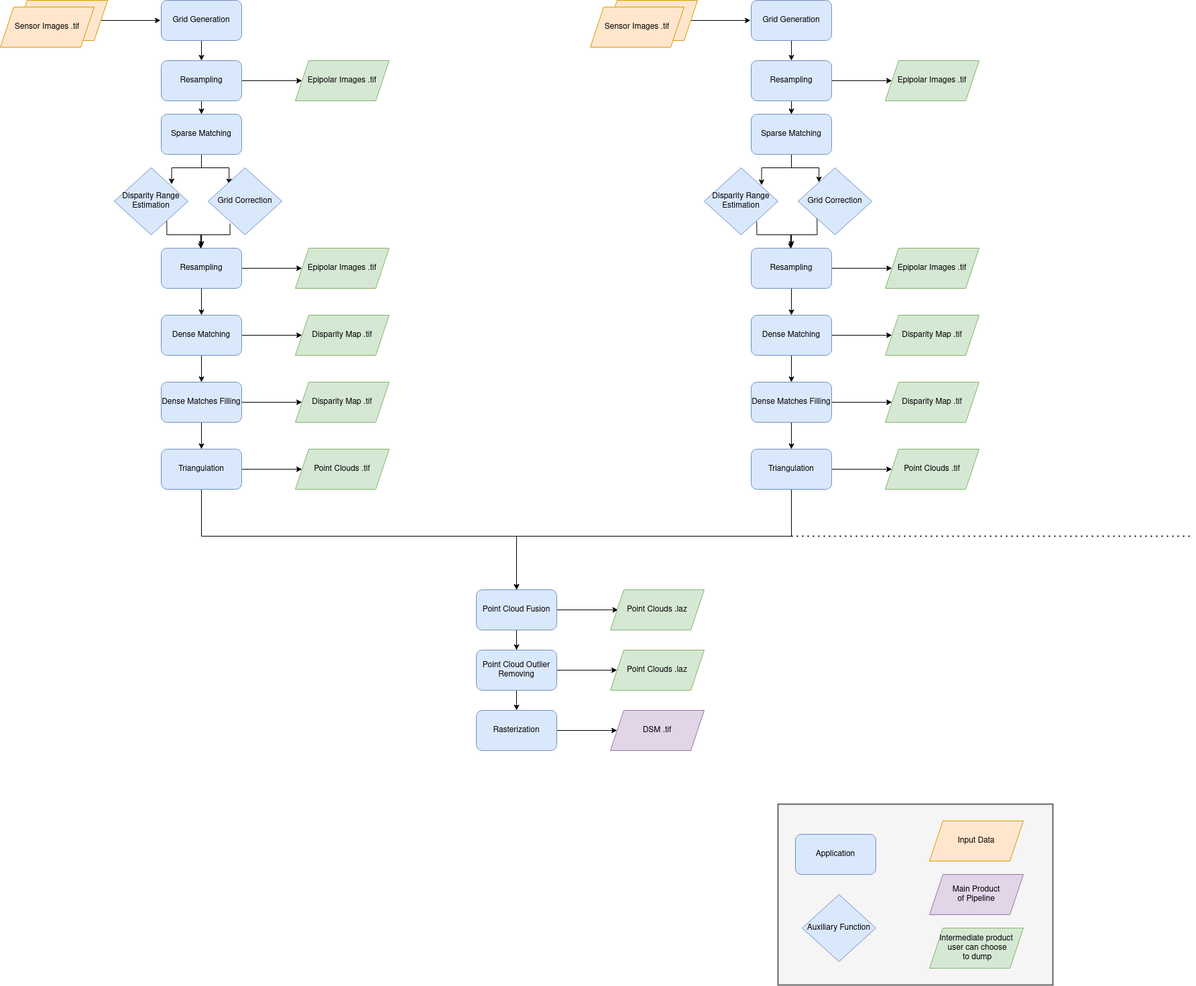
CNES/cars keeps this draw.io diagram as docs/source/images/cars_pipeline_multi_pair.png. Above is the earlier version. Source tidied: cells renumbered, new cells last; positions are measured from the earlier drawing's top-left corner, leaving out a move shared by most shapes.
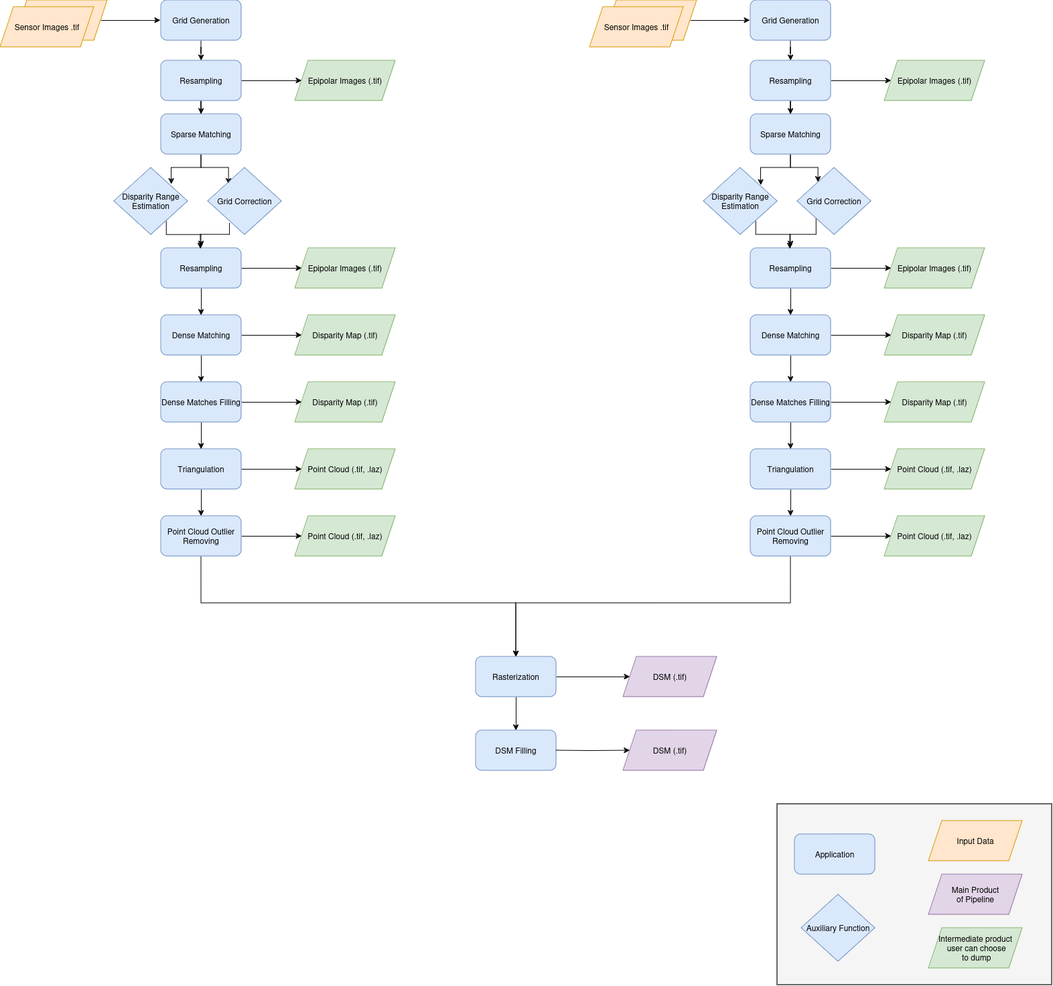
Above is the later version.

Change to the diagram source:
```diff
@@ -32,29 +32,25 @@
     <mxCell id="11" value="Sparse Matching" style="rounded=1;whiteSpace=wrap;html=1;fillColor=#dae8fc;strokeColor=#6c8ebf;" parent="1" vertex="1">
       <mxGeometry x="240" y="170" width="120" height="60" as="geometry" />
     </mxCell>
-    <mxCell id="12" style="edgeStyle=orthogonalEdgeStyle;rounded=0;jettySize=auto;html=1;strokeWidth=1;" parent="1" edge="1" source="14" target="17">
+    <mxCell id="12" style="edgeStyle=orthogonalEdgeStyle;rounded=0;orthogonalLoop=1;jettySize=auto;html=1;strokeWidth=1;" parent="1" edge="1">
       <mxGeometry relative="1" as="geometry">
+        <mxPoint x="300" y="830" as="sourcePoint" />
+        <mxPoint x="770" y="980" as="targetPoint" />
         <Array as="points">
-          <mxPoint x="300" y="800" />
-          <mxPoint x="770" y="800" />
+          <mxPoint x="300" y="900" />
+          <mxPoint x="770" y="900" />
         </Array>
       </mxGeometry>
     </mxCell>
     <mxCell id="13" style="edgeStyle=orthogonalEdgeStyle;rounded=0;jettySize=auto;html=1;strokeWidth=1;" parent="1" edge="1" source="14" target="39">
       <mxGeometry relative="1" as="geometry" />
     </mxCell>
+    <mxCell id="85" style="edgeStyle=orthogonalEdgeStyle;rounded=0;jettySize=auto;html=1;" parent="1" edge="1" source="14" target="89">
+      <mxGeometry relative="1" as="geometry" />
+    </mxCell>
     <mxCell id="14" value="Triangulation" style="rounded=1;whiteSpace=wrap;html=1;fillColor=#dae8fc;strokeColor=#6c8ebf;" parent="1" vertex="1">
       <mxGeometry x="240" y="670" width="120" height="60" as="geometry" />
     </mxCell>
-    <mxCell id="15" style="edgeStyle=orthogonalEdgeStyle;rounded=0;jettySize=auto;html=1;strokeWidth=1;" parent="1" edge="1" source="17" target="28">
-      <mxGeometry relative="1" as="geometry" />
-    </mxCell>
-    <mxCell id="16" style="edgeStyle=orthogonalEdgeStyle;rounded=0;jettySize=auto;html=1;entryX=0.083;entryY=0.5;entryDx=0;entryDy=0;entryPerimeter=0;strokeWidth=1;" parent="1" edge="1" source="17" target="32">
-      <mxGeometry relative="1" as="geometry" />
-    </mxCell>
-    <mxCell id="17" value="Point Cloud Fusion" style="rounded=1;whiteSpace=wrap;html=1;fillColor=#dae8fc;strokeColor=#6c8ebf;" parent="1" vertex="1">
-      <mxGeometry x="710" y="880" width="120" height="60" as="geometry" />
-    </mxCell>
     <mxCell id="18" style="edgeStyle=orthogonalEdgeStyle;rounded=0;jettySize=auto;html=1;strokeWidth=1;" parent="1" edge="1" source="20" target="36">
       <mxGeometry relative="1" as="geometry" />
     </mxCell>
@@ -84,38 +80,26 @@
     <mxCell id="25" value="Disparity Range Estimation" style="rhombus;whiteSpace=wrap;html=1;fillColor=#dae8fc;strokeColor=#6c8ebf;" parent="1" vertex="1">
       <mxGeometry x="170" y="250" width="110" height="100" as="geometry" />
     </mxCell>
-    <mxCell id="26" style="edgeStyle=orthogonalEdgeStyle;rounded=0;jettySize=auto;html=1;strokeWidth=1;" parent="1" edge="1" source="28" target="30">
-      <mxGeometry relative="1" as="geometry" />
-    </mxCell>
-    <mxCell id="27" style="edgeStyle=orthogonalEdgeStyle;rounded=0;jettySize=auto;html=1;strokeWidth=1;" parent="1" edge="1" source="28" target="33">
-      <mxGeometry relative="1" as="geometry" />
-    </mxCell>
-    <mxCell id="28" value="Point Cloud Outlier Removing" style="rounded=1;whiteSpace=wrap;html=1;fillColor=#dae8fc;strokeColor=#6c8ebf;" parent="1" vertex="1">
-      <mxGeometry x="710" y="970" width="120" height="60" as="geometry" />
-    </mxCell>
     <mxCell id="29" style="edgeStyle=orthogonalEdgeStyle;rounded=0;jettySize=auto;html=1;strokeWidth=1;" parent="1" edge="1" source="30" target="31">
       <mxGeometry relative="1" as="geometry" />
     </mxCell>
+    <mxCell id="86" style="edgeStyle=orthogonalEdgeStyle;rounded=0;jettySize=auto;html=1;" parent="1" edge="1" source="30" target="94">
+      <mxGeometry relative="1" as="geometry" />
+    </mxCell>
     <mxCell id="30" value="Rasterization" style="rounded=1;whiteSpace=wrap;html=1;fillColor=#dae8fc;strokeColor=#6c8ebf;" parent="1" vertex="1">
-      <mxGeometry x="710" y="1060" width="120" height="60" as="geometry" />
+      <mxGeometry x="710" y="980" width="120" height="60" as="geometry" />
     </mxCell>
-    <mxCell id="31" value="DSM .tif" style="shape=parallelogram;perimeter=parallelogramPerimeter;whiteSpace=wrap;html=1;fixedSize=1;fillColor=#e1d5e7;strokeColor=#9673a6;" parent="1" vertex="1">
-      <mxGeometry x="910" y="1060" width="140" height="60" as="geometry" />
+    <mxCell id="31" value="DSM (.tif)" style="shape=parallelogram;perimeter=parallelogramPerimeter;whiteSpace=wrap;html=1;fixedSize=1;fillColor=#e1d5e7;strokeColor=#9673a6;" parent="1" vertex="1">
+      <mxGeometry x="930" y="980" width="140" height="60" as="geometry" />
     </mxCell>
-    <mxCell id="32" value="Point Clouds .laz" style="shape=parallelogram;perimeter=parallelogramPerimeter;whiteSpace=wrap;html=1;fixedSize=1;fillColor=#d5e8d4;strokeColor=#82b366;" parent="1" vertex="1">
-      <mxGeometry x="910" y="880" width="140" height="60" as="geometry" />
-    </mxCell>
-    <mxCell id="33" value="Point Clouds .laz" style="shape=parallelogram;perimeter=parallelogramPerimeter;whiteSpace=wrap;html=1;fixedSize=1;fillColor=#d5e8d4;strokeColor=#82b366;" parent="1" vertex="1">
-      <mxGeometry x="910" y="970" width="140" height="60" as="geometry" />
-    </mxCell>
-    <mxCell id="34" value="Epipolar Images .tif" style="shape=parallelogram;perimeter=parallelogramPerimeter;whiteSpace=wrap;html=1;fixedSize=1;fillColor=#d5e8d4;strokeColor=#82b366;" parent="1" vertex="1">
-      <mxGeometry x="440" y="90" width="140" height="60" as="geometry" />
+    <mxCell id="34" value="Epipolar Images (.tif)" style="shape=parallelogram;perimeter=parallelogramPerimeter;whiteSpace=wrap;html=1;fixedSize=1;fillColor=#d5e8d4;strokeColor=#82b366;" parent="1" vertex="1">
+      <mxGeometry x="440" y="90" width="150" height="60" as="geometry" />
     </mxCell>
-    <mxCell id="35" value="Epipolar Images .tif" style="shape=parallelogram;perimeter=parallelogramPerimeter;whiteSpace=wrap;html=1;fixedSize=1;fillColor=#d5e8d4;strokeColor=#82b366;" parent="1" vertex="1">
-      <mxGeometry x="440" y="370" width="140" height="60" as="geometry" />
+    <mxCell id="35" value="Epipolar Images (.tif)" style="shape=parallelogram;perimeter=parallelogramPerimeter;whiteSpace=wrap;html=1;fixedSize=1;fillColor=#d5e8d4;strokeColor=#82b366;" parent="1" vertex="1">
+      <mxGeometry x="440" y="370" width="150" height="60" as="geometry" />
     </mxCell>
-    <mxCell id="36" value="Disparity Map .tif" style="shape=parallelogram;perimeter=parallelogramPerimeter;whiteSpace=wrap;html=1;fixedSize=1;fillColor=#d5e8d4;strokeColor=#82b366;" parent="1" vertex="1">
-      <mxGeometry x="440" y="470" width="140" height="60" as="geometry" />
+    <mxCell id="36" value="Disparity Map (.tif)" style="shape=parallelogram;perimeter=parallelogramPerimeter;whiteSpace=wrap;html=1;fixedSize=1;fillColor=#d5e8d4;strokeColor=#82b366;" parent="1" vertex="1">
+      <mxGeometry x="440" y="470" width="150" height="60" as="geometry" />
     </mxCell>
     <mxCell id="37" style="edgeStyle=orthogonalEdgeStyle;rounded=0;jettySize=auto;html=1;entryX=0.492;entryY=0.017;entryDx=0;entryDy=0;entryPerimeter=0;strokeWidth=1;exitX=0.296;exitY=0.831;exitDx=0;exitDy=0;exitPerimeter=0;" parent="1" edge="1" source="38" target="23">
       <mxGeometry relative="1" as="geometry">
@@ -128,8 +112,8 @@
     <mxCell id="38" value="Grid Correction" style="rhombus;whiteSpace=wrap;html=1;fillColor=#dae8fc;strokeColor=#6c8ebf;" parent="1" vertex="1">
       <mxGeometry x="310" y="250" width="110" height="100" as="geometry" />
     </mxCell>
-    <mxCell id="39" value="Point Clouds .tif" style="shape=parallelogram;perimeter=parallelogramPerimeter;whiteSpace=wrap;html=1;fixedSize=1;fillColor=#d5e8d4;strokeColor=#82b366;" parent="1" vertex="1">
-      <mxGeometry x="440" y="670" width="140" height="60" as="geometry" />
+    <mxCell id="39" value="Point Cloud (.tif, .laz)" style="shape=parallelogram;perimeter=parallelogramPerimeter;whiteSpace=wrap;html=1;fixedSize=1;fillColor=#d5e8d4;strokeColor=#82b366;" parent="1" vertex="1">
+      <mxGeometry x="440" y="670" width="150" height="60" as="geometry" />
     </mxCell>
     <mxCell id="40" style="edgeStyle=orthogonalEdgeStyle;rounded=0;jettySize=auto;html=1;entryX=-0.008;entryY=0.5;entryDx=0;entryDy=0;entryPerimeter=0;strokeWidth=1;" parent="1" edge="1" source="41" target="43">
       <mxGeometry relative="1" as="geometry" />
@@ -164,14 +148,19 @@
     <mxCell id="50" style="edgeStyle=orthogonalEdgeStyle;rounded=0;jettySize=auto;html=1;strokeWidth=1;" parent="1" edge="1" source="52" target="66">
       <mxGeometry relative="1" as="geometry" />
     </mxCell>
-    <mxCell id="51" style="edgeStyle=orthogonalEdgeStyle;rounded=0;jettySize=auto;html=1;" parent="1" edge="1" source="52" target="17">
+    <mxCell id="51" style="edgeStyle=orthogonalEdgeStyle;rounded=0;orthogonalLoop=1;jettySize=auto;html=1;" parent="1" edge="1">
       <mxGeometry relative="1" as="geometry">
+        <mxPoint x="1180" y="830" as="sourcePoint" />
+        <mxPoint x="770" y="980" as="targetPoint" />
         <Array as="points">
-          <mxPoint x="1180" y="800" />
-          <mxPoint x="770" y="800" />
+          <mxPoint x="1180" y="900" />
+          <mxPoint x="770" y="900" />
         </Array>
       </mxGeometry>
     </mxCell>
+    <mxCell id="87" style="edgeStyle=orthogonalEdgeStyle;rounded=0;jettySize=auto;html=1;" parent="1" edge="1" source="52" target="92">
+      <mxGeometry relative="1" as="geometry" />
+    </mxCell>
     <mxCell id="52" value="Triangulation" style="rounded=1;whiteSpace=wrap;html=1;fillColor=#dae8fc;strokeColor=#6c8ebf;" parent="1" vertex="1">
       <mxGeometry x="1120" y="670" width="120" height="60" as="geometry" />
     </mxCell>
@@ -204,14 +193,14 @@
     <mxCell id="60" value="Disparity Range Estimation" style="rhombus;whiteSpace=wrap;html=1;fillColor=#dae8fc;strokeColor=#6c8ebf;" parent="1" vertex="1">
       <mxGeometry x="1050" y="250" width="110" height="100" as="geometry" />
     </mxCell>
-    <mxCell id="61" value="Epipolar Images .tif" style="shape=parallelogram;perimeter=parallelogramPerimeter;whiteSpace=wrap;html=1;fixedSize=1;fillColor=#d5e8d4;strokeColor=#82b366;" parent="1" vertex="1">
-      <mxGeometry x="1320" y="90" width="140" height="60" as="geometry" />
+    <mxCell id="61" value="Epipolar Images (.tif)" style="shape=parallelogram;perimeter=parallelogramPerimeter;whiteSpace=wrap;html=1;fixedSize=1;fillColor=#d5e8d4;strokeColor=#82b366;" parent="1" vertex="1">
+      <mxGeometry x="1320" y="90" width="150" height="60" as="geometry" />
     </mxCell>
-    <mxCell id="62" value="Epipolar Images .tif" style="shape=parallelogram;perimeter=parallelogramPerimeter;whiteSpace=wrap;html=1;fixedSize=1;fillColor=#d5e8d4;strokeColor=#82b366;" parent="1" vertex="1">
-      <mxGeometry x="1320" y="370" width="140" height="60" as="geometry" />
+    <mxCell id="62" value="Epipolar Images (.tif)" style="shape=parallelogram;perimeter=parallelogramPerimeter;whiteSpace=wrap;html=1;fixedSize=1;fillColor=#d5e8d4;strokeColor=#82b366;" parent="1" vertex="1">
+      <mxGeometry x="1320" y="370" width="150" height="60" as="geometry" />
     </mxCell>
-    <mxCell id="63" value="Disparity Map .tif" style="shape=parallelogram;perimeter=parallelogramPerimeter;whiteSpace=wrap;html=1;fixedSize=1;fillColor=#d5e8d4;strokeColor=#82b366;" parent="1" vertex="1">
-      <mxGeometry x="1320" y="470" width="140" height="60" as="geometry" />
+    <mxCell id="63" value="Disparity Map (.tif)" style="shape=parallelogram;perimeter=parallelogramPerimeter;whiteSpace=wrap;html=1;fixedSize=1;fillColor=#d5e8d4;strokeColor=#82b366;" parent="1" vertex="1">
+      <mxGeometry x="1320" y="470" width="150" height="60" as="geometry" />
     </mxCell>
     <mxCell id="64" style="edgeStyle=orthogonalEdgeStyle;rounded=0;jettySize=auto;html=1;entryX=0.492;entryY=0.017;entryDx=0;entryDy=0;entryPerimeter=0;strokeWidth=1;exitX=0.257;exitY=0.746;exitDx=0;exitDy=0;exitPerimeter=0;" parent="1" edge="1" source="65" target="58">
       <mxGeometry relative="1" as="geometry">
@@ -224,8 +213,8 @@
     <mxCell id="65" value="Grid Correction" style="rhombus;whiteSpace=wrap;html=1;fillColor=#dae8fc;strokeColor=#6c8ebf;" parent="1" vertex="1">
       <mxGeometry x="1190" y="250" width="110" height="100" as="geometry" />
     </mxCell>
-    <mxCell id="66" value="Point Clouds .tif" style="shape=parallelogram;perimeter=parallelogramPerimeter;whiteSpace=wrap;html=1;fixedSize=1;fillColor=#d5e8d4;strokeColor=#82b366;" parent="1" vertex="1">
-      <mxGeometry x="1320" y="670" width="140" height="60" as="geometry" />
+    <mxCell id="66" value="Point Cloud (.tif, .laz)" style="shape=parallelogram;perimeter=parallelogramPerimeter;whiteSpace=wrap;html=1;fixedSize=1;fillColor=#d5e8d4;strokeColor=#82b366;" parent="1" vertex="1">
+      <mxGeometry x="1320" y="670" width="150" height="60" as="geometry" />
     </mxCell>
     <mxCell id="67" value="Sensor Images .tif" style="shape=parallelogram;perimeter=parallelogramPerimeter;whiteSpace=wrap;html=1;fixedSize=1;fillColor=#ffe6cc;strokeColor=#d79b00;" parent="1" vertex="1">
       <mxGeometry y="10" width="140" height="60" as="geometry" />
@@ -242,8 +231,8 @@
     <mxCell id="71" value="Dense Matches Filling" style="rounded=1;whiteSpace=wrap;html=1;fillColor=#dae8fc;strokeColor=#6c8ebf;" parent="1" vertex="1">
       <mxGeometry x="240" y="570" width="120" height="60" as="geometry" />
     </mxCell>
-    <mxCell id="72" value="Disparity Map .tif" style="shape=parallelogram;perimeter=parallelogramPerimeter;whiteSpace=wrap;html=1;fixedSize=1;fillColor=#d5e8d4;strokeColor=#82b366;" parent="1" vertex="1">
-      <mxGeometry x="440" y="570" width="140" height="60" as="geometry" />
+    <mxCell id="72" value="Disparity Map (.tif)" style="shape=parallelogram;perimeter=parallelogramPerimeter;whiteSpace=wrap;html=1;fixedSize=1;fillColor=#d5e8d4;strokeColor=#82b366;" parent="1" vertex="1">
+      <mxGeometry x="440" y="570" width="150" height="60" as="geometry" />
     </mxCell>
     <mxCell id="73" style="edgeStyle=orthogonalEdgeStyle;rounded=0;jettySize=auto;html=1;strokeWidth=1;" parent="1" edge="1" source="75" target="76">
       <mxGeometry relative="1" as="geometry" />
@@ -254,15 +243,9 @@
     <mxCell id="75" value="Dense Matches Filling" style="rounded=1;whiteSpace=wrap;html=1;fillColor=#dae8fc;strokeColor=#6c8ebf;" parent="1" vertex="1">
       <mxGeometry x="1120" y="570" width="120" height="60" as="geometry" />
     </mxCell>
-    <mxCell id="76" value="Disparity Map .tif" style="shape=parallelogram;perimeter=parallelogramPerimeter;whiteSpace=wrap;html=1;fixedSize=1;fillColor=#d5e8d4;strokeColor=#82b366;" parent="1" vertex="1">
-      <mxGeometry x="1320" y="570" width="140" height="60" as="geometry" />
+    <mxCell id="76" value="Disparity Map (.tif)" style="shape=parallelogram;perimeter=parallelogramPerimeter;whiteSpace=wrap;html=1;fixedSize=1;fillColor=#d5e8d4;strokeColor=#82b366;" parent="1" vertex="1">
+      <mxGeometry x="1320" y="570" width="150" height="60" as="geometry" />
     </mxCell>
-    <mxCell id="77" style="endArrow=none;dashed=1;html=1;dashPattern=1 3;strokeWidth=2;rounded=0;" parent="1" edge="1">
-      <mxGeometry relative="1" as="geometry">
-        <mxPoint x="1180" y="800" as="sourcePoint" />
-        <mxPoint x="1780" y="800" as="targetPoint" />
-      </mxGeometry>
-    </mxCell>
     <mxCell id="78" style="group;" parent="1" vertex="1">
       <mxGeometry x="1160" y="1200" width="410" height="270" as="geometry" />
     </mxCell>
@@ -284,5 +267,34 @@
     <mxCell id="84" value="Auxiliary Function" style="rhombus;whiteSpace=wrap;html=1;fillColor=#dae8fc;strokeColor=#6c8ebf;" parent="78" vertex="1">
       <mxGeometry x="36" y="135" width="110" height="100" as="geometry" />
     </mxCell>
+    <mxCell id="88" style="edgeStyle=orthogonalEdgeStyle;rounded=0;jettySize=auto;html=1;strokeWidth=1;" parent="1" edge="1" source="89" target="90">
+      <mxGeometry relative="1" as="geometry" />
+    </mxCell>
+    <mxCell id="89" value="Point Cloud Outlier Removing" style="rounded=1;whiteSpace=wrap;html=1;fillColor=#dae8fc;strokeColor=#6c8ebf;" parent="1" vertex="1">
+      <mxGeometry x="240" y="770" width="120" height="60" as="geometry" />
+    </mxCell>
+    <mxCell id="90" value="Point Cloud&amp;nbsp;(.tif, .laz)" style="shape=parallelogram;perimeter=parallelogramPerimeter;whiteSpace=wrap;html=1;fixedSize=1;fillColor=#d5e8d4;strokeColor=#82b366;" parent="1" vertex="1">
+      <mxGeometry x="440" y="770" width="150" height="60" as="geometry" />
+    </mxCell>
+    <mxCell id="91" style="edgeStyle=orthogonalEdgeStyle;rounded=0;jettySize=auto;html=1;strokeWidth=1;" parent="1" edge="1" source="92" target="93">
+      <mxGeometry relative="1" as="geometry" />
+    </mxCell>
+    <mxCell id="92" value="Point Cloud Outlier Removing" style="rounded=1;whiteSpace=wrap;html=1;fillColor=#dae8fc;strokeColor=#6c8ebf;" parent="1" vertex="1">
+      <mxGeometry x="1120" y="770" width="120" height="60" as="geometry" />
+    </mxCell>
+    <mxCell id="93" value="Point Cloud (.tif, .laz)" style="shape=parallelogram;perimeter=parallelogramPerimeter;whiteSpace=wrap;html=1;fixedSize=1;fillColor=#d5e8d4;strokeColor=#82b366;" parent="1" vertex="1">
+      <mxGeometry x="1320" y="770" width="150" height="60" as="geometry" />
+    </mxCell>
+    <mxCell id="94" value="DSM Filling" style="rounded=1;whiteSpace=wrap;html=1;fillColor=#dae8fc;strokeColor=#6c8ebf;" parent="1" vertex="1">
+      <mxGeometry x="710" y="1090" width="120" height="60" as="geometry" />
+    </mxCell>
+    <mxCell id="95" style="edgeStyle=orthogonalEdgeStyle;rounded=0;jettySize=auto;html=1;strokeWidth=1;" parent="1" edge="1" target="96">
+      <mxGeometry relative="1" as="geometry">
+        <mxPoint x="830" y="1120" as="sourcePoint" />
+      </mxGeometry>
+    </mxCell>
+    <mxCell id="96" value="DSM (.tif)" style="shape=parallelogram;perimeter=parallelogramPerimeter;whiteSpace=wrap;html=1;fixedSize=1;fillColor=#e1d5e7;strokeColor=#9673a6;" parent="1" vertex="1">
+      <mxGeometry x="930" y="1090" width="140" height="60" as="geometry" />
+    </mxCell>
   </root>
 </mxGraphModel>
```
